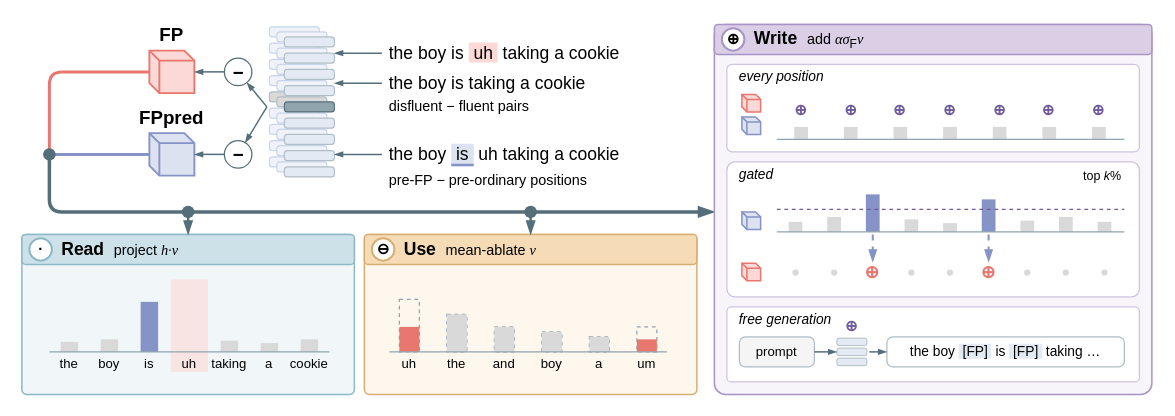
Before: figures/overview_palette.drawio in toferyoung-wq/Tofer_Test, a draw.io diagram. Source tidied: cells renumbered, new cells numbered last; positions are measured from the earlier drawing's top-left corner, leaving out a move shared by most shapes. Both pictures are drawn from the tidied source at 125%, with x=0, y=0 at pixel (21, 21).
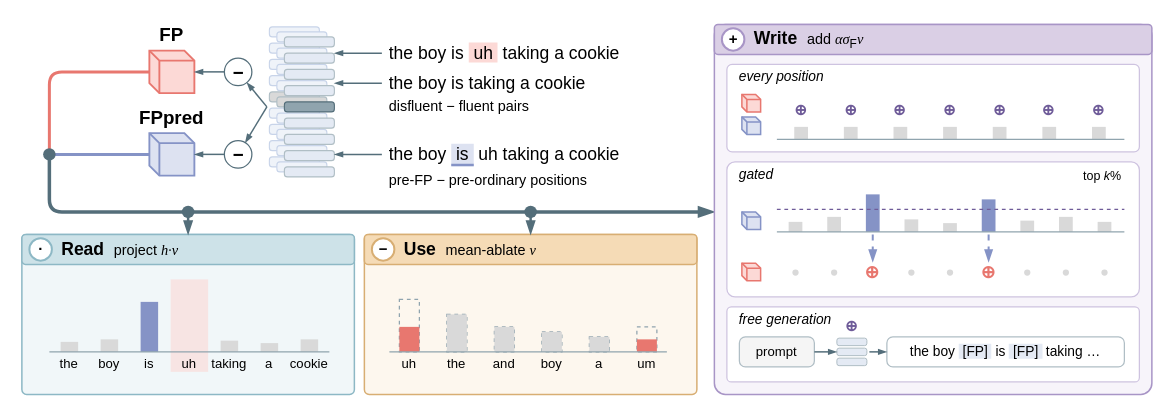
Above is the later version.

Commit message (it also covers changes not shown here):
Overview figure: stage-coloured rings for the Use/Write header symbols

What changed in the source:
```diff
@@
-    <mxCell id="59" value="⊖" style="ellipse;html=1;fillColor=#FFFFFF;strokeColor=#D8AE73;strokeWidth=1.6;fontSize=12;fontStyle=1;fontFamily=Helvetica;" parent="1" vertex="1">
+    <mxCell id="59" value="−" style="ellipse;html=1;fillColor=#FFFFFF;strokeColor=#D8AE73;strokeWidth=1.6;fontSize=12;fontStyle=1;fontFamily=Helvetica;" parent="1" vertex="1">
       <mxGeometry x="280" y="173" width="18" height="18" as="geometry" />
     </mxCell>
@@
-    <mxCell id="65" value="⊕" style="ellipse;html=1;fillColor=#FFFFFF;strokeColor=#A895C6;strokeWidth=1.6;fontSize=12;fontStyle=1;fontFamily=Helvetica;" parent="1" vertex="1">
+    <mxCell id="65" value="+" style="ellipse;html=1;fillColor=#FFFFFF;strokeColor=#A895C6;strokeWidth=1.6;fontSize=12;fontStyle=1;fontFamily=Helvetica;" parent="1" vertex="1">
       <mxGeometry x="560" y="5" width="18" height="18" as="geometry" />
     </mxCell>
```
